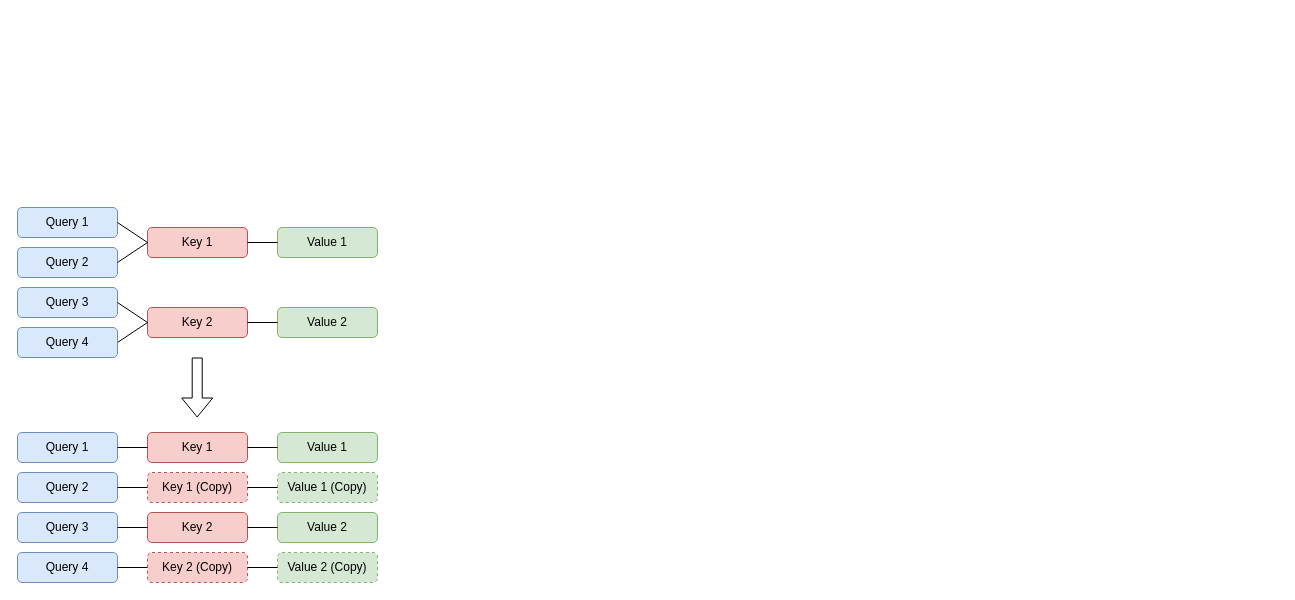
ZhangzeqingCN/api-project keeps this draw.io diagram as 未命名绘图2.drawio. Above is the earlier version. Source tidied: cells renumbered, new cells numbered last; positions are measured from the earlier drawing's top-left corner, leaving out a move shared by most shapes. Both pictures are drawn from the tidied source at 100%, with x=0, y=0 at pixel (17, 207).
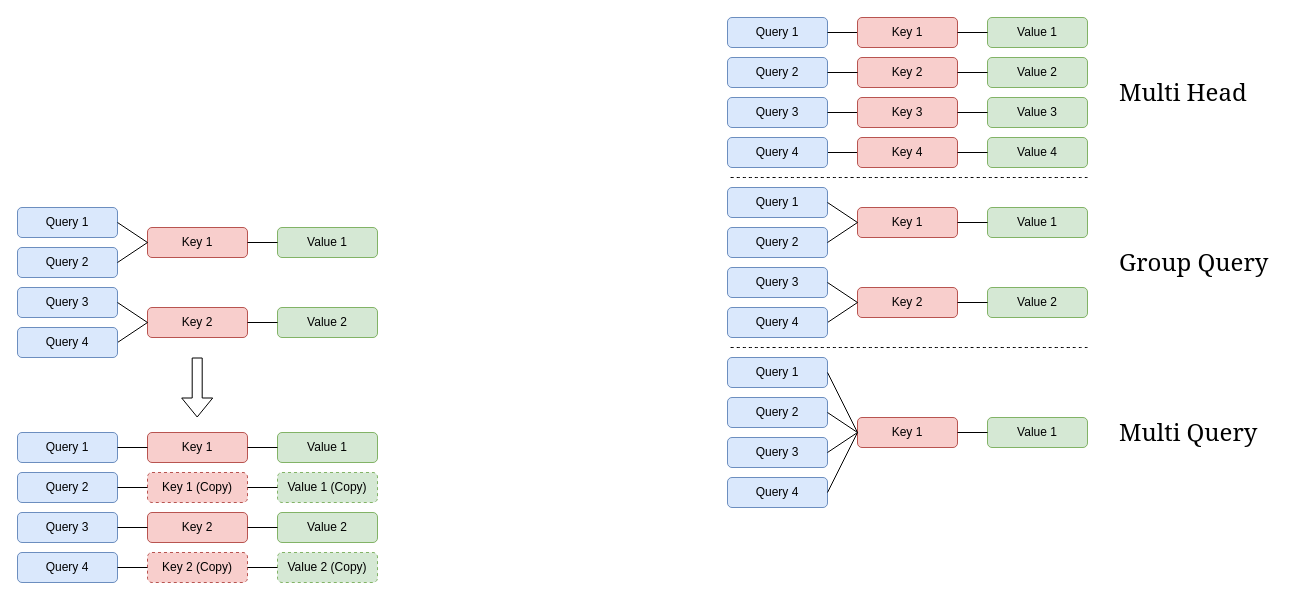
Above is the later version.

Commit message (it also covers changes not shown here):
更新未命名绘图2.drawio

Change to the diagram source:
```diff
@@
+    <mxCell id="37" value="Value 1" style="rounded=1;whiteSpace=wrap;html=1;rotation=0;fillColor=#d5e8d4;strokeColor=#82b366;" parent="1" vertex="1">
+      <mxGeometry x="970" width="100" height="30" as="geometry" />
+    </mxCell>
+    <mxCell id="38" value="Key 1" style="rounded=1;whiteSpace=wrap;html=1;rotation=0;fillColor=#f8cecc;strokeColor=#b85450;" parent="1" vertex="1">
+      <mxGeometry x="840" width="100" height="30" as="geometry" />
+    </mxCell>
+    <mxCell id="39" value="Query 1" style="rounded=1;whiteSpace=wrap;html=1;rotation=0;fillColor=#dae8fc;strokeColor=#6c8ebf;" parent="1" vertex="1">
+      <mxGeometry x="710" y="-20" width="100" height="30" as="geometry" />
+    </mxCell>
+    <mxCell id="40" value="Query 2" style="rounded=1;whiteSpace=wrap;html=1;rotation=0;fillColor=#dae8fc;strokeColor=#6c8ebf;" parent="1" vertex="1">
+      <mxGeometry x="710" y="20" width="100" height="30" as="geometry" />
+    </mxCell>
+    <mxCell id="41" value="Value 2" style="rounded=1;whiteSpace=wrap;html=1;rotation=0;fillColor=#d5e8d4;strokeColor=#82b366;" parent="1" vertex="1">
+      <mxGeometry x="970" y="80" width="100" height="30" as="geometry" />
+    </mxCell>
+    <mxCell id="42" value="Key 2" style="rounded=1;whiteSpace=wrap;html=1;rotation=0;fillColor=#f8cecc;strokeColor=#b85450;" parent="1" vertex="1">
+      <mxGeometry x="840" y="80" width="100" height="30" as="geometry" />
+    </mxCell>
+    <mxCell id="43" value="Query 3" style="rounded=1;whiteSpace=wrap;html=1;rotation=0;fillColor=#dae8fc;strokeColor=#6c8ebf;" parent="1" vertex="1">
+      <mxGeometry x="710" y="60" width="100" height="30" as="geometry" />
+    </mxCell>
+    <mxCell id="44" style="rounded=0;jettySize=auto;html=1;endArrow=none;startFill=0;exitX=1;exitY=0.5;exitDx=0;exitDy=0;entryX=0;entryY=0.5;entryDx=0;entryDy=0;" parent="1" edge="1" source="45" target="42">
+      <mxGeometry relative="1" as="geometry" />
+    </mxCell>
+    <mxCell id="45" value="Query 4" style="rounded=1;whiteSpace=wrap;html=1;rotation=0;fillColor=#dae8fc;strokeColor=#6c8ebf;" parent="1" vertex="1">
+      <mxGeometry x="710" y="100" width="100" height="30" as="geometry" />
+    </mxCell>
+    <mxCell id="46" style="rounded=0;jettySize=auto;html=1;endArrow=none;startFill=0;exitX=1;exitY=0.5;exitDx=0;exitDy=0;entryX=0;entryY=0.5;entryDx=0;entryDy=0;" parent="1" edge="1" source="43" target="42">
+      <mxGeometry relative="1" as="geometry" />
+    </mxCell>
+    <mxCell id="47" style="rounded=0;jettySize=auto;html=1;endArrow=none;startFill=0;exitX=1;exitY=0.5;exitDx=0;exitDy=0;entryX=0;entryY=0.5;entryDx=0;entryDy=0;" parent="1" edge="1" source="40" target="38">
+      <mxGeometry relative="1" as="geometry" />
+    </mxCell>
+    <mxCell id="48" style="rounded=0;jettySize=auto;html=1;endArrow=none;startFill=0;exitX=1;exitY=0.5;exitDx=0;exitDy=0;entryX=0;entryY=0.5;entryDx=0;entryDy=0;" parent="1" edge="1" source="39" target="38">
+      <mxGeometry relative="1" as="geometry" />
+    </mxCell>
+    <mxCell id="49" style="rounded=0;jettySize=auto;html=1;endArrow=none;startFill=0;exitX=1;exitY=0.5;exitDx=0;exitDy=0;entryX=0;entryY=0.5;entryDx=0;entryDy=0;" parent="1" edge="1" source="38" target="37">
+      <mxGeometry relative="1" as="geometry" />
+    </mxCell>
+    <mxCell id="50" style="rounded=0;jettySize=auto;html=1;endArrow=none;startFill=0;exitX=1;exitY=0.5;exitDx=0;exitDy=0;entryX=0;entryY=0.5;entryDx=0;entryDy=0;" parent="1" edge="1" source="42" target="41">
+      <mxGeometry relative="1" as="geometry" />
+    </mxCell>
+    <mxCell id="51" value="Value 2" style="rounded=1;whiteSpace=wrap;html=1;rotation=0;fillColor=#d5e8d4;strokeColor=#82b366;" parent="1" vertex="1">
+      <mxGeometry x="970" y="-150" width="100" height="30" as="geometry" />
+    </mxCell>
+    <mxCell id="52" value="Key 2" style="rounded=1;whiteSpace=wrap;html=1;rotation=0;fillColor=#f8cecc;strokeColor=#b85450;" parent="1" vertex="1">
+      <mxGeometry x="840" y="-150" width="100" height="30" as="geometry" />
+    </mxCell>
+    <mxCell id="53" value="Query 1" style="rounded=1;whiteSpace=wrap;html=1;rotation=0;fillColor=#dae8fc;strokeColor=#6c8ebf;" parent="1" vertex="1">
+      <mxGeometry x="710" y="-190" width="100" height="30" as="geometry" />
+    </mxCell>
+    <mxCell id="54" value="Query 2" style="rounded=1;whiteSpace=wrap;html=1;rotation=0;fillColor=#dae8fc;strokeColor=#6c8ebf;" parent="1" vertex="1">
+      <mxGeometry x="710" y="-150" width="100" height="30" as="geometry" />
+    </mxCell>
+    <mxCell id="55" value="Query 3" style="rounded=1;whiteSpace=wrap;html=1;rotation=0;fillColor=#dae8fc;strokeColor=#6c8ebf;" parent="1" vertex="1">
+      <mxGeometry x="710" y="-110" width="100" height="30" as="geometry" />
+    </mxCell>
+    <mxCell id="56" style="rounded=0;jettySize=auto;html=1;endArrow=none;startFill=0;exitX=1;exitY=0.5;exitDx=0;exitDy=0;entryX=0;entryY=0.5;entryDx=0;entryDy=0;" parent="1" edge="1" source="57" target="66">
+      <mxGeometry relative="1" as="geometry" />
+    </mxCell>
+    <mxCell id="57" value="Query 4" style="rounded=1;whiteSpace=wrap;html=1;rotation=0;fillColor=#dae8fc;strokeColor=#6c8ebf;" parent="1" vertex="1">
+      <mxGeometry x="710" y="-70" width="100" height="30" as="geometry" />
+    </mxCell>
+    <mxCell id="58" style="rounded=0;jettySize=auto;html=1;endArrow=none;startFill=0;exitX=1;exitY=0.5;exitDx=0;exitDy=0;entryX=0;entryY=0.5;entryDx=0;entryDy=0;" parent="1" edge="1" source="55" target="63">
+      <mxGeometry relative="1" as="geometry" />
+    </mxCell>
+    <mxCell id="59" style="rounded=0;jettySize=auto;html=1;endArrow=none;startFill=0;exitX=1;exitY=0.5;exitDx=0;exitDy=0;entryX=0;entryY=0.5;entryDx=0;entryDy=0;" parent="1" edge="1" source="54" target="52">
+      <mxGeometry relative="1" as="geometry" />
+    </mxCell>
+    <mxCell id="60" style="rounded=0;jettySize=auto;html=1;endArrow=none;startFill=0;exitX=1;exitY=0.5;exitDx=0;exitDy=0;entryX=0;entryY=0.5;entryDx=0;entryDy=0;" parent="1" edge="1" source="53" target="69">
+      <mxGeometry relative="1" as="geometry" />
+    </mxCell>
+    <mxCell id="61" style="rounded=0;jettySize=auto;html=1;endArrow=none;startFill=0;exitX=1;exitY=0.5;exitDx=0;exitDy=0;entryX=0;entryY=0.5;entryDx=0;entryDy=0;" parent="1" edge="1" source="52" target="51">
+      <mxGeometry relative="1" as="geometry" />
+    </mxCell>
+    <mxCell id="62" value="Value 3" style="rounded=1;whiteSpace=wrap;html=1;rotation=0;fillColor=#d5e8d4;strokeColor=#82b366;" parent="1" vertex="1">
+      <mxGeometry x="970" y="-110" width="100" height="30" as="geometry" />
+    </mxCell>
+    <mxCell id="63" value="Key 3" style="rounded=1;whiteSpace=wrap;html=1;rotation=0;fillColor=#f8cecc;strokeColor=#b85450;" parent="1" vertex="1">
+      <mxGeometry x="840" y="-110" width="100" height="30" as="geometry" />
+    </mxCell>
+    <mxCell id="64" style="rounded=0;jettySize=auto;html=1;endArrow=none;startFill=0;exitX=1;exitY=0.5;exitDx=0;exitDy=0;entryX=0;entryY=0.5;entryDx=0;entryDy=0;" parent="1" edge="1" source="63" target="62">
+      <mxGeometry relative="1" as="geometry" />
+    </mxCell>
+    <mxCell id="65" value="Value 4" style="rounded=1;whiteSpace=wrap;html=1;rotation=0;fillColor=#d5e8d4;strokeColor=#82b366;" parent="1" vertex="1">
+      <mxGeometry x="970" y="-70" width="100" height="30" as="geometry" />
+    </mxCell>
+    <mxCell id="66" value="Key 4" style="rounded=1;whiteSpace=wrap;html=1;rotation=0;fillColor=#f8cecc;strokeColor=#b85450;" parent="1" vertex="1">
+      <mxGeometry x="840" y="-70" width="100" height="30" as="geometry" />
+    </mxCell>
+    <mxCell id="67" style="rounded=0;jettySize=auto;html=1;endArrow=none;startFill=0;exitX=1;exitY=0.5;exitDx=0;exitDy=0;entryX=0;entryY=0.5;entryDx=0;entryDy=0;" parent="1" edge="1" source="66" target="65">
+      <mxGeometry relative="1" as="geometry" />
+    </mxCell>
+    <mxCell id="68" value="Value 1" style="rounded=1;whiteSpace=wrap;html=1;rotation=0;fillColor=#d5e8d4;strokeColor=#82b366;" parent="1" vertex="1">
+      <mxGeometry x="970" y="-190" width="100" height="30" as="geometry" />
+    </mxCell>
+    <mxCell id="69" value="Key 1" style="rounded=1;whiteSpace=wrap;html=1;rotation=0;fillColor=#f8cecc;strokeColor=#b85450;" parent="1" vertex="1">
+      <mxGeometry x="840" y="-190" width="100" height="30" as="geometry" />
+    </mxCell>
+    <mxCell id="70" style="rounded=0;jettySize=auto;html=1;endArrow=none;startFill=0;exitX=1;exitY=0.5;exitDx=0;exitDy=0;entryX=0;entryY=0.5;entryDx=0;entryDy=0;" parent="1" edge="1" source="69" target="68">
+      <mxGeometry relative="1" as="geometry" />
+    </mxCell>
+    <mxCell id="71" value="Value 1" style="rounded=1;whiteSpace=wrap;html=1;rotation=0;fillColor=#d5e8d4;strokeColor=#82b366;" parent="1" vertex="1">
+      <mxGeometry x="970" y="210" width="100" height="30" as="geometry" />
+    </mxCell>
+    <mxCell id="72" value="Key 1" style="rounded=1;whiteSpace=wrap;html=1;rotation=0;fillColor=#f8cecc;strokeColor=#b85450;" parent="1" vertex="1">
+      <mxGeometry x="840" y="210" width="100" height="30" as="geometry" />
+    </mxCell>
+    <mxCell id="73" value="Query 1" style="rounded=1;whiteSpace=wrap;html=1;rotation=0;fillColor=#dae8fc;strokeColor=#6c8ebf;" parent="1" vertex="1">
+      <mxGeometry x="710" y="150" width="100" height="30" as="geometry" />
+    </mxCell>
+    <mxCell id="74" value="Query 2" style="rounded=1;whiteSpace=wrap;html=1;rotation=0;fillColor=#dae8fc;strokeColor=#6c8ebf;" parent="1" vertex="1">
+      <mxGeometry x="710" y="190" width="100" height="30" as="geometry" />
+    </mxCell>
+    <mxCell id="75" value="Query 3" style="rounded=1;whiteSpace=wrap;html=1;rotation=0;fillColor=#dae8fc;strokeColor=#6c8ebf;" parent="1" vertex="1">
+      <mxGeometry x="710" y="230" width="100" height="30" as="geometry" />
+    </mxCell>
+    <mxCell id="76" value="Query 4" style="rounded=1;whiteSpace=wrap;html=1;rotation=0;fillColor=#dae8fc;strokeColor=#6c8ebf;" parent="1" vertex="1">
+      <mxGeometry x="710" y="270" width="100" height="30" as="geometry" />
+    </mxCell>
+    <mxCell id="77" style="rounded=0;jettySize=auto;html=1;endArrow=none;startFill=0;exitX=1;exitY=0.5;exitDx=0;exitDy=0;entryX=0;entryY=0.5;entryDx=0;entryDy=0;" parent="1" edge="1" source="74" target="72">
+      <mxGeometry relative="1" as="geometry" />
+    </mxCell>
+    <mxCell id="78" style="rounded=0;jettySize=auto;html=1;endArrow=none;startFill=0;exitX=1;exitY=0.5;exitDx=0;exitDy=0;entryX=0;entryY=0.5;entryDx=0;entryDy=0;" parent="1" edge="1" source="73" target="72">
+      <mxGeometry relative="1" as="geometry" />
+    </mxCell>
+    <mxCell id="79" style="rounded=0;jettySize=auto;html=1;endArrow=none;startFill=0;exitX=1;exitY=0.5;exitDx=0;exitDy=0;entryX=0;entryY=0.5;entryDx=0;entryDy=0;" parent="1" edge="1" source="72" target="71">
+      <mxGeometry relative="1" as="geometry" />
+    </mxCell>
+    <mxCell id="80" style="rounded=0;jettySize=auto;html=1;endArrow=none;startFill=0;entryX=1;entryY=0.5;entryDx=0;entryDy=0;exitX=0;exitY=0.5;exitDx=0;exitDy=0;" parent="1" edge="1" source="72" target="75">
+      <mxGeometry relative="1" as="geometry" />
+    </mxCell>
+    <mxCell id="81" style="rounded=0;jettySize=auto;html=1;endArrow=none;startFill=0;entryX=1;entryY=0.5;entryDx=0;entryDy=0;exitX=0;exitY=0.5;exitDx=0;exitDy=0;" parent="1" edge="1" source="72" target="76">
+      <mxGeometry relative="1" as="geometry" />
+    </mxCell>
+    <mxCell id="82" style="endArrow=none;dashed=1;html=1;rounded=0;fontSize=12;startSize=8;endSize=8;curved=1;" parent="1" edge="1">
+      <mxGeometry relative="1" as="geometry">
+        <mxPoint x="1070" y="-30" as="sourcePoint" />
+        <mxPoint x="710" y="-30" as="targetPoint" />
+      </mxGeometry>
+    </mxCell>
+    <mxCell id="83" style="endArrow=none;dashed=1;html=1;rounded=0;fontSize=12;startSize=8;endSize=8;curved=1;" parent="1" edge="1">
+      <mxGeometry relative="1" as="geometry">
+        <mxPoint x="1070" y="140" as="sourcePoint" />
+        <mxPoint x="710" y="140" as="targetPoint" />
+      </mxGeometry>
+    </mxCell>
+    <mxCell id="84" value="Multi Head" style="text;html=1;align=left;verticalAlign=middle;whiteSpace=wrap;rounded=0;fontSize=24;fontFamily=Georgia;" parent="1" vertex="1">
+      <mxGeometry x="1100" y="-130" width="140" height="30" as="geometry" />
+    </mxCell>
+    <mxCell id="85" value="Group Query" style="text;html=1;align=left;verticalAlign=middle;whiteSpace=wrap;rounded=0;fontSize=24;fontFamily=Georgia;" parent="1" vertex="1">
+      <mxGeometry x="1100" y="40" width="160" height="30" as="geometry" />
+    </mxCell>
+    <mxCell id="86" value="Multi Query" style="text;html=1;align=left;verticalAlign=middle;whiteSpace=wrap;rounded=0;fontSize=24;fontFamily=Georgia;" parent="1" vertex="1">
+      <mxGeometry x="1100" y="210" width="160" height="30" as="geometry" />
+    </mxCell>
```
